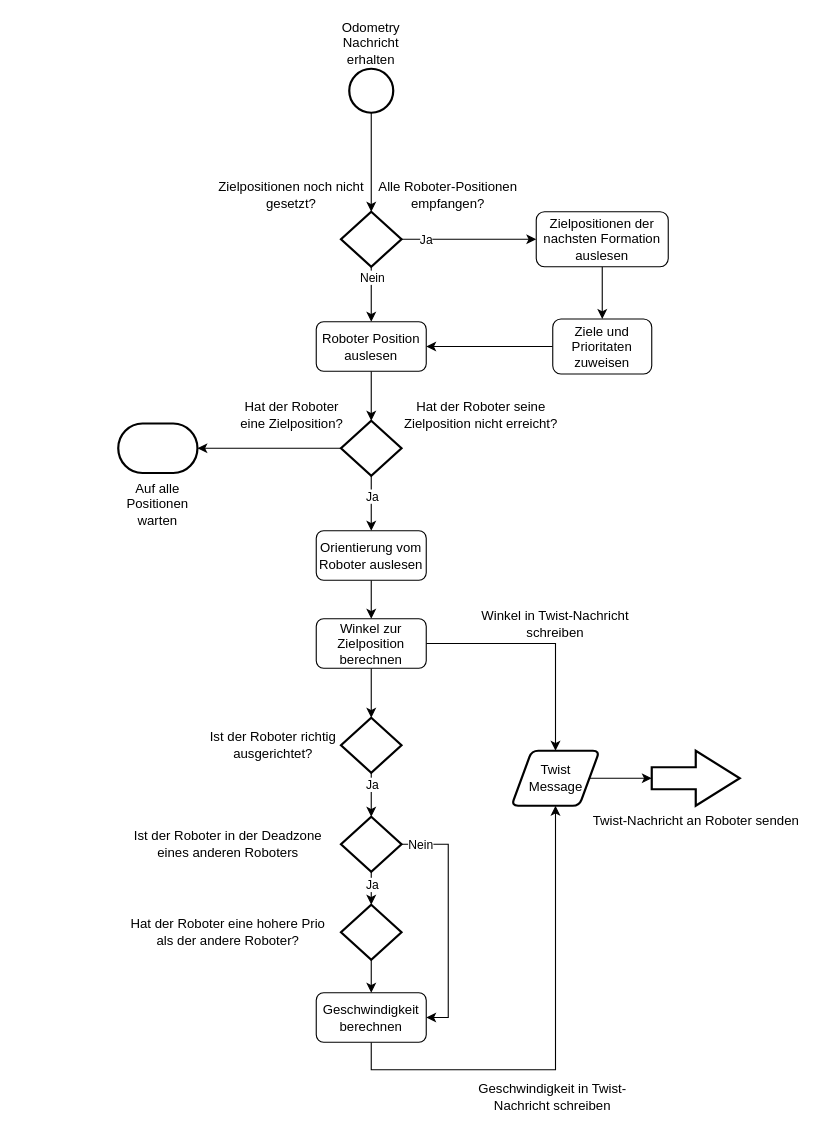
Earlier version of the draw.io diagram diagrams/target_asignemement_sequence.drawio (MariiaPoliakovaa/RobotFormations). Source tidied: cells renumbered, new cells numbered last; positions are measured from the earlier drawing's top-left corner, leaving out a move shared by most shapes. Both pictures are drawn from the tidied source at 110%, with x=0, y=0 at pixel (118, 68).
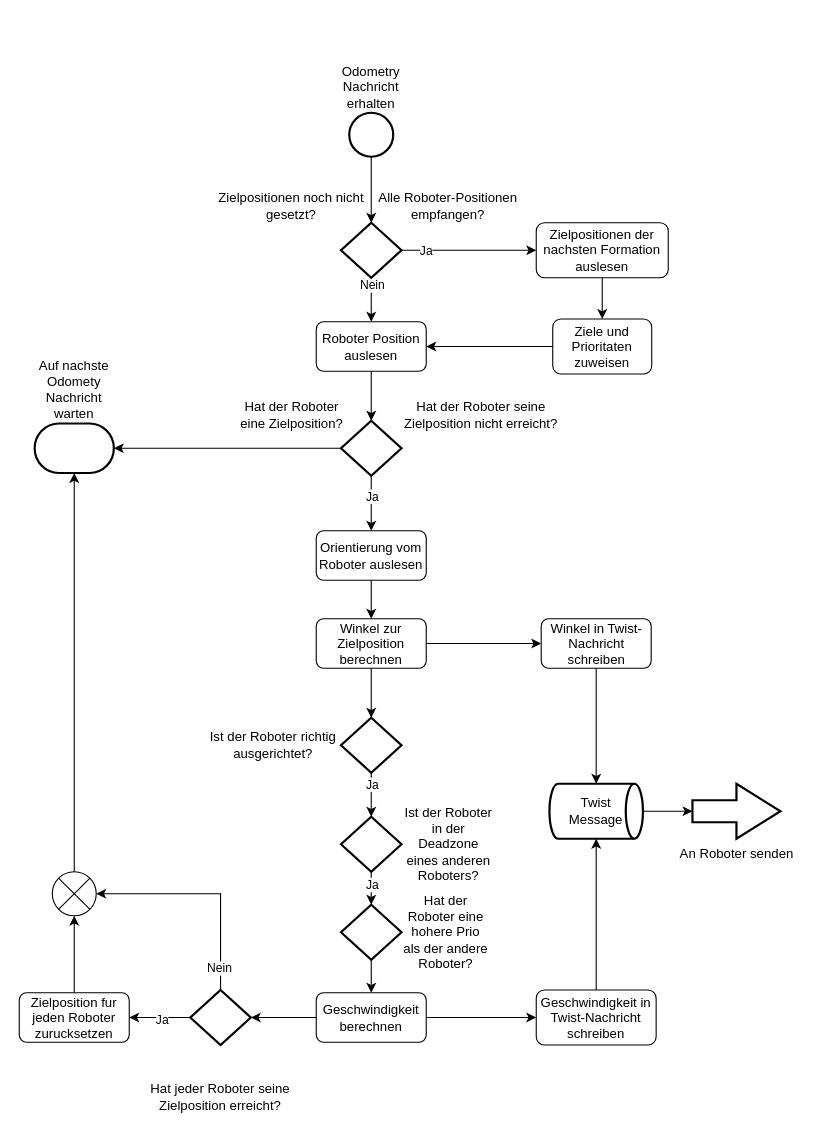
Above is the later version.

Unchanged cells that the change refers to:
```xml
<mxCell id="26" value="Winkel zur Zielposition berechnen" style="rounded=1;whiteSpace=wrap;html=1;" parent="1" vertex="1">
  <mxGeometry x="180" y="500" width="100" height="45" as="geometry" />
</mxCell>
<mxCell id="34" value="Geschwindigkeit berechnen" style="rounded=1;whiteSpace=wrap;html=1;" parent="1" vertex="1">
  <mxGeometry x="180" y="840" width="100" height="45" as="geometry" />
</mxCell>
<mxCell id="39" style="strokeWidth=2;html=1;shape=mxgraph.flowchart.decision;whiteSpace=wrap;labelPosition=left;verticalLabelPosition=middle;align=right;verticalAlign=middle;" parent="1" vertex="1">
  <mxGeometry x="202.5" y="680" width="55" height="50" as="geometry" />
</mxCell>
```

The edit, as a diff of the source:
```diff
@@
     <mxCell id="3" value="Odometry Nachricht erhalten" style="strokeWidth=2;html=1;shape=mxgraph.flowchart.start_2;whiteSpace=wrap;verticalAlign=middle;labelPosition=center;verticalLabelPosition=top;align=center;spacingTop=-7;" parent="1" vertex="1">
-      <mxGeometry x="210" width="40" height="40" as="geometry" />
+      <mxGeometry x="210" y="40" width="40" height="40" as="geometry" />
     </mxCell>
@@
     <mxCell id="8" style="strokeWidth=2;html=1;shape=mxgraph.flowchart.decision;whiteSpace=wrap;labelPosition=right;verticalLabelPosition=middle;align=left;verticalAlign=middle;" parent="1" vertex="1">
-      <mxGeometry x="202.5" y="130" width="55" height="50" as="geometry" />
+      <mxGeometry x="202.5" y="140" width="55" height="50" as="geometry" />
     </mxCell>
     <mxCell id="9" value="Alle Roboter-Positionen empfangen?" style="text;html=1;strokeColor=none;fillColor=none;align=center;verticalAlign=middle;whiteSpace=wrap;rounded=0;" parent="1" vertex="1">
-      <mxGeometry x="230" y="100" width="140" height="30" as="geometry" />
+      <mxGeometry x="230" y="110" width="140" height="30" as="geometry" />
     </mxCell>
     <mxCell id="10" value="Zielpositionen noch nicht gesetzt?" style="text;html=1;strokeColor=none;fillColor=none;align=center;verticalAlign=middle;whiteSpace=wrap;rounded=0;" parent="1" vertex="1">
-      <mxGeometry x="85" y="100" width="145" height="30" as="geometry" />
+      <mxGeometry x="85" y="110" width="145" height="30" as="geometry" />
     </mxCell>
@@
     <mxCell id="16" value="Zielpositionen der nachsten Formation auslesen" style="rounded=1;whiteSpace=wrap;html=1;" parent="1" vertex="1">
-      <mxGeometry x="380" y="130" width="120" height="50" as="geometry" />
+      <mxGeometry x="380" y="140" width="120" height="50" as="geometry" />
     </mxCell>
@@
-    <mxCell id="24" style="edgeStyle=orthogonalEdgeStyle;rounded=0;jettySize=auto;html=1;" parent="1" edge="1" source="26" target="28">
-      <mxGeometry relative="1" as="geometry" />
-    </mxCell>
@@
+    <mxCell id="49" style="edgeStyle=orthogonalEdgeStyle;rounded=0;jettySize=auto;html=1;" parent="1" edge="1" source="26" target="29">
+      <mxGeometry relative="1" as="geometry" />
+    </mxCell>
@@
-    <mxCell id="28" value="Twist&lt;div&gt;Message&lt;/div&gt;" style="shape=parallelogram;html=1;strokeWidth=2;perimeter=parallelogramPerimeter;whiteSpace=wrap;rounded=1;arcSize=12;size=0.23;" parent="1" vertex="1">
-      <mxGeometry x="357.5" y="620" width="80" height="50" as="geometry" />
-    </mxCell>
-    <mxCell id="29" value="Winkel in Twist-Nachricht schreiben" style="text;html=1;align=center;verticalAlign=middle;whiteSpace=wrap;rounded=0;" parent="1" vertex="1">
-      <mxGeometry x="310" y="490" width="175" height="30" as="geometry" />
-    </mxCell>
@@
-    <mxCell id="33" style="edgeStyle=orthogonalEdgeStyle;rounded=0;jettySize=auto;html=1;entryX=0.5;entryY=1;entryDx=0;entryDy=0;" parent="1" edge="1" source="34" target="28">
-      <mxGeometry relative="1" as="geometry">
-        <Array as="points">
-          <mxPoint x="230" y="910" />
-          <mxPoint x="397" y="910" />
-        </Array>
-      </mxGeometry>
-    </mxCell>
+    <mxCell id="50" style="edgeStyle=orthogonalEdgeStyle;rounded=0;jettySize=auto;html=1;" parent="1" edge="1" source="34" target="55">
+      <mxGeometry relative="1" as="geometry" />
+    </mxCell>
+    <mxCell id="51" style="edgeStyle=orthogonalEdgeStyle;rounded=0;jettySize=auto;html=1;" parent="1" edge="1" source="34" target="45">
+      <mxGeometry relative="1" as="geometry" />
+    </mxCell>
@@
-    <mxCell id="37" style="edgeStyle=orthogonalEdgeStyle;rounded=0;jettySize=auto;html=1;entryX=1;entryY=0.5;entryDx=0;entryDy=0;" parent="1" edge="1" source="39" target="34">
-      <mxGeometry relative="1" as="geometry">
-        <Array as="points">
-          <mxPoint x="300" y="705" />
-          <mxPoint x="300" y="863" />
-          <mxPoint x="280" y="863" />
-        </Array>
-      </mxGeometry>
-    </mxCell>
-    <mxCell id="38" value="Nein" style="edgeLabel;html=1;align=center;verticalAlign=middle;" parent="37" vertex="1">
-      <mxGeometry x="-0.85" relative="1" as="geometry" />
-    </mxCell>
@@
-    <mxCell id="41" value="Ist der Roboter in der Deadzone eines anderen Roboters" style="text;html=1;align=center;verticalAlign=middle;whiteSpace=wrap;rounded=0;" parent="1" vertex="1">
-      <mxGeometry x="10" y="690" width="180" height="30" as="geometry" />
+    <mxCell id="41" value="Ist der Roboter in der Deadzone eines anderen Roboters?" style="text;html=1;align=center;verticalAlign=middle;whiteSpace=wrap;rounded=0;" parent="1" vertex="1">
+      <mxGeometry x="258.8" y="690" width="82.5" height="30" as="geometry" />
     </mxCell>
@@
     <mxCell id="44" value="Hat der Roboter eine hohere Prio&lt;br&gt;als der andere Roboter?" style="text;html=1;align=center;verticalAlign=middle;whiteSpace=wrap;rounded=0;" parent="1" vertex="1">
-      <mxGeometry x="10" y="770" width="180" height="30" as="geometry" />
+      <mxGeometry x="257.5" y="770" width="80" height="30" as="geometry" />
     </mxCell>
-    <mxCell id="45" value="Geschwindigkeit in Twist-Nachricht schreiben" style="text;html=1;align=center;verticalAlign=middle;whiteSpace=wrap;rounded=0;" parent="1" vertex="1">
-      <mxGeometry x="320" y="920" width="150" height="30" as="geometry" />
-    </mxCell>
-    <mxCell id="46" value="Auf alle Positionen warten" style="strokeWidth=2;html=1;shape=mxgraph.flowchart.terminator;whiteSpace=wrap;labelPosition=center;verticalLabelPosition=bottom;align=center;verticalAlign=top;" parent="1" vertex="1">
-      <mxGeometry y="322.5" width="72" height="45" as="geometry" />
+    <mxCell id="46" value="Auf nachste Odomety Nachricht warten" style="strokeWidth=2;html=1;shape=mxgraph.flowchart.terminator;whiteSpace=wrap;labelPosition=center;verticalLabelPosition=top;align=center;verticalAlign=bottom;" parent="1" vertex="1">
+      <mxGeometry x="-76" y="322.5" width="72" height="45" as="geometry" />
     </mxCell>
@@
-    <mxCell id="48" value="Twist-Nachricht an Roboter senden" style="verticalLabelPosition=bottom;verticalAlign=top;html=1;strokeWidth=2;shape=mxgraph.arrows2.arrow;dy=0.6;dx=40;notch=0;" parent="1" vertex="1">
-      <mxGeometry x="485" y="620" width="80" height="50" as="geometry" />
+    <mxCell id="48" value="An Roboter senden" style="verticalLabelPosition=bottom;verticalAlign=top;html=1;strokeWidth=2;shape=mxgraph.arrows2.arrow;dy=0.6;dx=40;notch=0;" parent="1" vertex="1">
+      <mxGeometry x="522" y="650" width="80" height="50" as="geometry" />
     </mxCell>
+    <mxCell id="28" value="Twist&lt;div&gt;Message&lt;/div&gt;" style="strokeWidth=2;html=1;shape=mxgraph.flowchart.direct_data;whiteSpace=wrap;" parent="1" vertex="1">
+      <mxGeometry x="392" y="650" width="85" height="50" as="geometry" />
+    </mxCell>
+    <mxCell id="52" style="edgeStyle=orthogonalEdgeStyle;rounded=0;jettySize=auto;html=1;" parent="1" edge="1" source="55" target="60">
+      <mxGeometry relative="1" as="geometry" />
+    </mxCell>
+    <mxCell id="53" value="Ja" style="edgeLabel;html=1;align=center;verticalAlign=middle;" parent="52" vertex="1">
+      <mxGeometry x="-0.08" y="2" relative="1" as="geometry" />
+    </mxCell>
+    <mxCell id="54" style="edgeStyle=orthogonalEdgeStyle;rounded=0;jettySize=auto;html=1;" parent="1" edge="1" source="55" target="62">
+      <mxGeometry relative="1" as="geometry">
+        <Array as="points">
+          <mxPoint x="93" y="750" />
+        </Array>
+      </mxGeometry>
+    </mxCell>
+    <mxCell id="38" value="Nein" style="edgeLabel;html=1;align=center;verticalAlign=middle;" parent="54" vertex="1">
+      <mxGeometry x="-0.79" y="2" relative="1" as="geometry">
+        <mxPoint y="1" as="offset" />
+      </mxGeometry>
+    </mxCell>
+    <mxCell id="55" style="strokeWidth=2;html=1;shape=mxgraph.flowchart.decision;whiteSpace=wrap;labelPosition=left;verticalLabelPosition=middle;align=right;verticalAlign=middle;" parent="1" vertex="1">
+      <mxGeometry x="65.5" y="837.5" width="55" height="50" as="geometry" />
+    </mxCell>
+    <mxCell id="56" value="Hat jeder Roboter seine Zielposition erreicht?" style="text;html=1;align=center;verticalAlign=middle;whiteSpace=wrap;rounded=0;" parent="1" vertex="1">
+      <mxGeometry x="20" y="920" width="146" height="30" as="geometry" />
+    </mxCell>
+    <mxCell id="57" style="edgeStyle=orthogonalEdgeStyle;rounded=0;jettySize=auto;html=1;" parent="1" edge="1" source="29" target="28">
+      <mxGeometry relative="1" as="geometry" />
+    </mxCell>
+    <mxCell id="29" value="Winkel in Twist-Nachricht schreiben" style="rounded=1;whiteSpace=wrap;html=1;" parent="1" vertex="1">
+      <mxGeometry x="384.5" y="500" width="100" height="45" as="geometry" />
+    </mxCell>
+    <mxCell id="58" style="edgeStyle=orthogonalEdgeStyle;rounded=0;jettySize=auto;html=1;" parent="1" edge="1" source="45" target="28">
+      <mxGeometry relative="1" as="geometry" />
+    </mxCell>
+    <mxCell id="45" value="Geschwindigkeit in Twist-Nachricht schreiben" style="rounded=1;whiteSpace=wrap;html=1;" parent="1" vertex="1">
+      <mxGeometry x="380" y="837.5" width="109" height="50" as="geometry" />
+    </mxCell>
+    <mxCell id="59" style="edgeStyle=orthogonalEdgeStyle;rounded=0;jettySize=auto;html=1;" parent="1" edge="1" source="60" target="62">
+      <mxGeometry relative="1" as="geometry" />
+    </mxCell>
+    <mxCell id="60" value="Zielposition fur jeden Roboter zurucksetzen" style="rounded=1;whiteSpace=wrap;html=1;" parent="1" vertex="1">
+      <mxGeometry x="-90" y="840" width="100" height="45" as="geometry" />
+    </mxCell>
+    <mxCell id="61" style="edgeStyle=orthogonalEdgeStyle;rounded=0;jettySize=auto;html=1;" parent="1" edge="1" source="62" target="46">
+      <mxGeometry relative="1" as="geometry" />
+    </mxCell>
+    <mxCell id="62" style="verticalLabelPosition=bottom;verticalAlign=top;html=1;shape=mxgraph.flowchart.or;" parent="1" vertex="1">
+      <mxGeometry x="-60" y="730" width="40" height="40" as="geometry" />
+    </mxCell>
```
